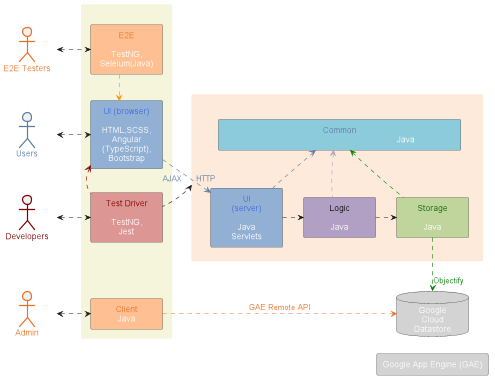
Earlier version of the PlantUML export docs/images/highlevelArchitecture.png (TEAMMATES/teammates).
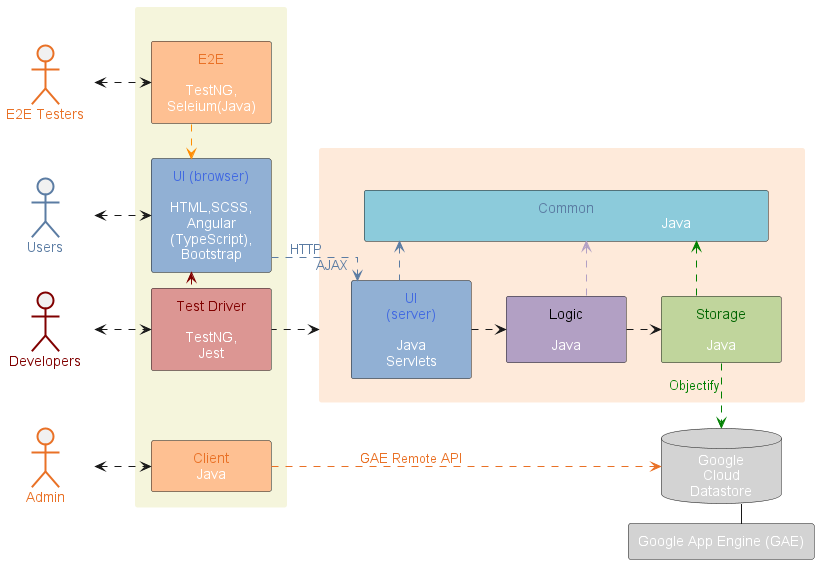
After the change.

Change to the diagram source:
```diff
@@ -2,6 +2,8 @@
 !include style.puml
 skinparam minClassWidth 100
 skinparam ranksep 1
+skinparam linetype ortho
+
 !define orange E97126
 !define lightorange FEC092
 !define blue 5B7CA3
@@ -42,8 +44,7 @@
 Admin <.right.> Client
 E2E_rect .down.> UI_browser #darkorange
 Test .up.> UI_browser #maroon
-UI_browser .[#blue]right.> UI_server : <color:blue> HTTP
-UI_browser .[#transparent]right.> UI_server : <color:blue> AJAX
+UI_browser .[#blue]right.> "<color:blue>AJAX" UI_server : <color:blue> HTTP
 UI_server .[#blue]up.> Common
 Logic .[#violet]up.> Common
 Storage .[#green]up.> Common
@@ -52,6 +53,7 @@
 UI_server .right.> Logic
 Logic .right.> Storage
 Test .up.> container2
+GCD -down- GAE
 
 E2E_actor -[hidden]- Users
 Users -[hidden]- Developers
@@ -64,6 +66,4 @@
 Common -[hidden]- Logic
 GCD -[hidden]down- GAE
 container2 -[hidden]down- GCD
-Test -[hidden]right-> container2
-
 @enduml
```
